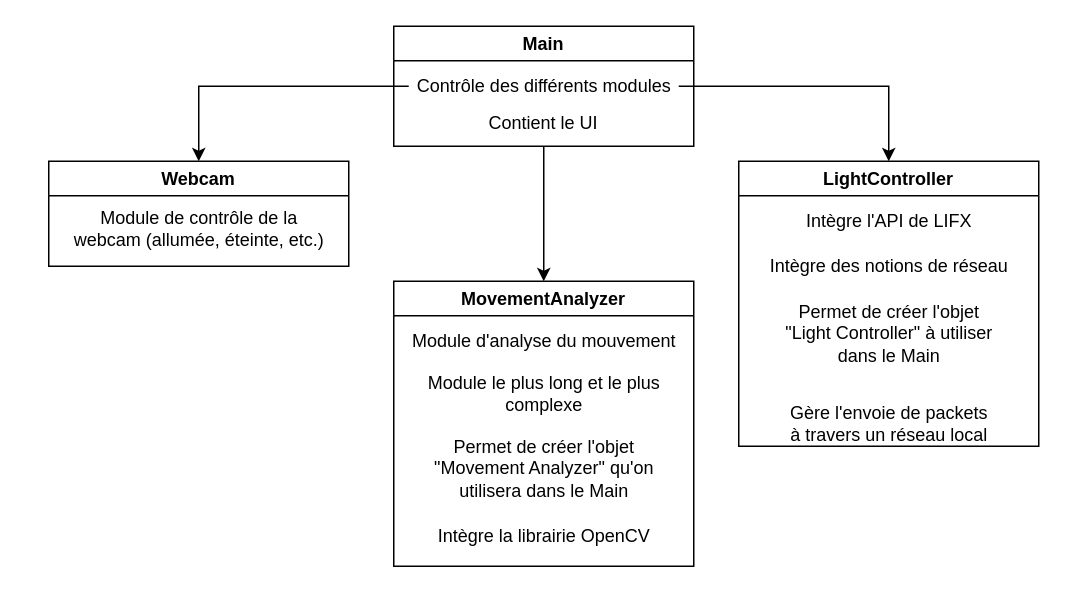
The draw.io diagram DiagrammeDeClasse.drawio in gabcomby/LightController, before the edit. Source tidied: cells renumbered, new cells numbered last; positions are measured from the earlier drawing's top-left corner, leaving out a move shared by most shapes. Both pictures are drawn from the tidied source at 150%, with x=0, y=0 at pixel (48, 26).
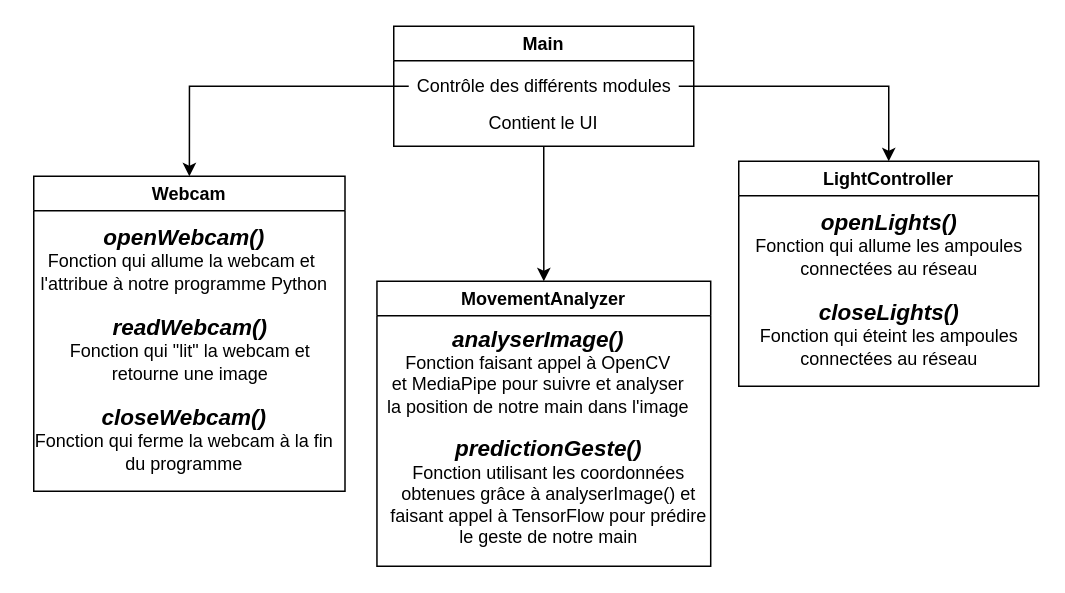
The same diagram, later.

Change to the diagram source:
```diff
@@
 <mxGraphModel>
   <root>
     <mxCell id="0" />
     <mxCell id="1" parent="0" />
-    <mxCell id="2" style="edgeStyle=orthogonalEdgeStyle;rounded=0;jettySize=auto;html=1;entryX=0.5;entryY=0;entryDx=0;entryDy=0;" parent="1" edge="1" source="3" target="8">
+    <mxCell id="2" style="edgeStyle=orthogonalEdgeStyle;rounded=0;jettySize=auto;html=1;entryX=0.5;entryY=0;entryDx=0;entryDy=0;fontSize=15;" parent="1" edge="1" source="3" target="8">
       <mxGeometry relative="1" as="geometry" />
     </mxCell>
     <mxCell id="3" value="Main" style="swimlane;" parent="1" vertex="1">
       <mxGeometry x="230" width="200" height="80" as="geometry" />
     </mxCell>
     <mxCell id="4" value="Contrôle des différents modules" style="text;html=1;align=center;verticalAlign=middle;points=[];strokeColor=none;fillColor=none;" parent="3" vertex="1">
       <mxGeometry x="10" y="30" width="180" height="20" as="geometry" />
     </mxCell>
     <mxCell id="5" value="Contient le UI" style="text;html=1;strokeColor=none;fillColor=none;align=center;verticalAlign=middle;whiteSpace=wrap;rounded=0;" parent="3" vertex="1">
       <mxGeometry x="60" y="50" width="80" height="30" as="geometry" />
     </mxCell>
     <mxCell id="6" value="Webcam" style="swimlane;" parent="1" vertex="1">
-      <mxGeometry y="90" width="200" height="70" as="geometry" />
+      <mxGeometry x="-10" y="100" width="207.5" height="210" as="geometry" />
     </mxCell>
-    <mxCell id="7" value="Module de contrôle de la&lt;br&gt;webcam (allumée, éteinte, etc.)" style="text;html=1;align=center;verticalAlign=middle;strokeColor=none;fillColor=none;" parent="6" vertex="1">
-      <mxGeometry x="10" y="30" width="180" height="30" as="geometry" />
+    <mxCell id="7" value="&lt;b&gt;&lt;i&gt;&lt;font style=&quot;font-size: 15px&quot;&gt;openWebcam()&lt;/font&gt;&lt;/i&gt;&lt;/b&gt;&lt;br&gt;Fonction qui allume la webcam et&amp;nbsp;&lt;br&gt;l'attribue à notre programme Python" style="text;html=1;align=center;verticalAlign=middle;strokeColor=none;fillColor=none;" parent="6" vertex="1">
+      <mxGeometry x="-5" y="30" width="210" height="50" as="geometry" />
     </mxCell>
+    <mxCell id="20" value="&lt;b&gt;&lt;i&gt;&lt;font style=&quot;font-size: 15px&quot;&gt;closeWebcam()&lt;/font&gt;&lt;/i&gt;&lt;/b&gt;&lt;br&gt;Fonction qui ferme la webcam à la fin&lt;br&gt;du programme" style="text;html=1;align=center;verticalAlign=middle;strokeColor=none;fillColor=none;" parent="6" vertex="1">
+      <mxGeometry x="-5" y="150" width="210" height="50" as="geometry" />
+    </mxCell>
+    <mxCell id="21" value="&lt;b&gt;&lt;i&gt;&lt;font style=&quot;font-size: 15px&quot;&gt;readWebcam()&lt;/font&gt;&lt;/i&gt;&lt;/b&gt;&lt;br&gt;Fonction qui &quot;lit&quot; la webcam et&lt;br&gt;retourne une image" style="text;html=1;align=center;verticalAlign=middle;strokeColor=none;fillColor=none;" parent="6" vertex="1">
+      <mxGeometry x="13.8" y="90" width="180" height="50" as="geometry" />
+    </mxCell>
     <mxCell id="8" value="MovementAnalyzer" style="swimlane;" parent="1" vertex="1">
-      <mxGeometry x="230" y="170" width="200" height="190" as="geometry" />
+      <mxGeometry x="218.8" y="170" width="222.5" height="190" as="geometry" />
     </mxCell>
-    <mxCell id="9" value="Module d'analyse du mouvement" style="text;html=1;align=center;verticalAlign=middle;strokeColor=none;fillColor=none;" parent="8" vertex="1">
-      <mxGeometry x="5" y="30" width="190" height="20" as="geometry" />
+    <mxCell id="9" value="&lt;b&gt;&lt;i&gt;&lt;font style=&quot;font-size: 15px&quot;&gt;analyserImage()&lt;/font&gt;&lt;/i&gt;&lt;/b&gt;&lt;br&gt;Fonction faisant appel à OpenCV&lt;br&gt;et MediaPipe pour suivre et analyser&lt;br&gt;la position de notre main dans l'image" style="text;html=1;align=center;verticalAlign=middle;strokeColor=none;fillColor=none;" parent="8" vertex="1">
+      <mxGeometry x="-2.5" y="30" width="220" height="60" as="geometry" />
     </mxCell>
-    <mxCell id="10" value="Module le plus long et le plus&lt;br&gt;complexe" style="text;html=1;align=center;verticalAlign=middle;strokeColor=none;fillColor=none;" parent="8" vertex="1">
-      <mxGeometry x="15" y="60" width="170" height="30" as="geometry" />
-    </mxCell>
-    <mxCell id="11" value="Permet de créer l'objet&lt;br&gt;&quot;Movement Analyzer&quot; qu'on&lt;br&gt;utilisera dans le Main" style="text;html=1;align=center;verticalAlign=middle;strokeColor=none;fillColor=none;" parent="8" vertex="1">
-      <mxGeometry x="20" y="100" width="160" height="50" as="geometry" />
+    <mxCell id="11" value="&lt;b&gt;&lt;i&gt;&lt;font style=&quot;font-size: 15px&quot;&gt;predictionGeste()&lt;/font&gt;&lt;/i&gt;&lt;/b&gt;&lt;br&gt;Fonction utilisant les coordonnées&lt;br&gt;obtenues grâce à analyserImage() et&lt;br&gt;faisant appel à TensorFlow pour prédire&lt;br&gt;le geste de notre main" style="text;html=1;align=center;verticalAlign=middle;strokeColor=none;fillColor=none;" parent="8" vertex="1">
+      <mxGeometry x="-1" y="100" width="230" height="80" as="geometry" />
     </mxCell>
-    <mxCell id="12" value="Intègre la librairie OpenCV" style="text;html=1;align=center;verticalAlign=middle;strokeColor=none;fillColor=none;" parent="8" vertex="1">
-      <mxGeometry x="20" y="160" width="160" height="20" as="geometry" />
-    </mxCell>
     <mxCell id="13" value="LightController" style="swimlane;" parent="1" vertex="1">
-      <mxGeometry x="460" y="90" width="200" height="190" as="geometry" />
+      <mxGeometry x="460" y="90" width="200" height="150" as="geometry" />
     </mxCell>
-    <mxCell id="14" value="Intègre l'API de LIFX" style="text;html=1;align=center;verticalAlign=middle;strokeColor=none;fillColor=none;" parent="13" vertex="1">
-      <mxGeometry x="35" y="30" width="130" height="20" as="geometry" />
+    <mxCell id="14" value="&lt;b&gt;&lt;i&gt;&lt;font style=&quot;font-size: 15px&quot;&gt;openLights()&lt;/font&gt;&lt;/i&gt;&lt;/b&gt;&lt;br&gt;Fonction qui allume les ampoules&lt;br&gt;connectées au réseau" style="text;html=1;align=center;verticalAlign=middle;strokeColor=none;fillColor=none;" parent="13" vertex="1">
+      <mxGeometry x="5" y="30" width="190" height="50" as="geometry" />
     </mxCell>
-    <mxCell id="15" value="Intègre des notions de réseau" style="text;html=1;align=center;verticalAlign=middle;strokeColor=none;fillColor=none;" parent="13" vertex="1">
-      <mxGeometry x="15" y="60" width="170" height="20" as="geometry" />
+    <mxCell id="15" value="&lt;b&gt;&lt;i&gt;&lt;font style=&quot;font-size: 15px&quot;&gt;closeLights()&lt;/font&gt;&lt;/i&gt;&lt;/b&gt;&lt;br&gt;Fonction qui éteint les ampoules&lt;br&gt;connectées au réseau" style="text;html=1;align=center;verticalAlign=middle;strokeColor=none;fillColor=none;" parent="13" vertex="1">
+      <mxGeometry x="5" y="90" width="190" height="50" as="geometry" />
     </mxCell>
-    <mxCell id="16" value="Permet de créer l'objet&lt;br&gt;&quot;Light Controller&quot; à utiliser&lt;br&gt;dans le Main" style="text;html=1;align=center;verticalAlign=middle;strokeColor=none;fillColor=none;" parent="13" vertex="1">
-      <mxGeometry x="25" y="90" width="150" height="50" as="geometry" />
-    </mxCell>
-    <mxCell id="17" value="Gère l'envoie de packets&lt;br&gt;à travers un réseau local" style="text;html=1;align=center;verticalAlign=middle;strokeColor=none;fillColor=none;" parent="13" vertex="1">
-      <mxGeometry x="25" y="160" width="150" height="30" as="geometry" />
-    </mxCell>
     <mxCell id="18" style="edgeStyle=orthogonalEdgeStyle;rounded=0;jettySize=auto;html=1;entryX=0.5;entryY=0;entryDx=0;entryDy=0;" parent="1" edge="1" source="4" target="13">
       <mxGeometry relative="1" as="geometry" />
     </mxCell>
     <mxCell id="19" style="edgeStyle=orthogonalEdgeStyle;rounded=0;jettySize=auto;html=1;entryX=0.5;entryY=0;entryDx=0;entryDy=0;" parent="1" edge="1" source="4" target="6">
-      <mxGeometry relative="1" as="geometry" />
+      <mxGeometry relative="1" as="geometry">
+        <Array as="points">
+          <mxPoint x="94" y="40" />
+        </Array>
+      </mxGeometry>
     </mxCell>
   </root>
 </mxGraphModel>
```
